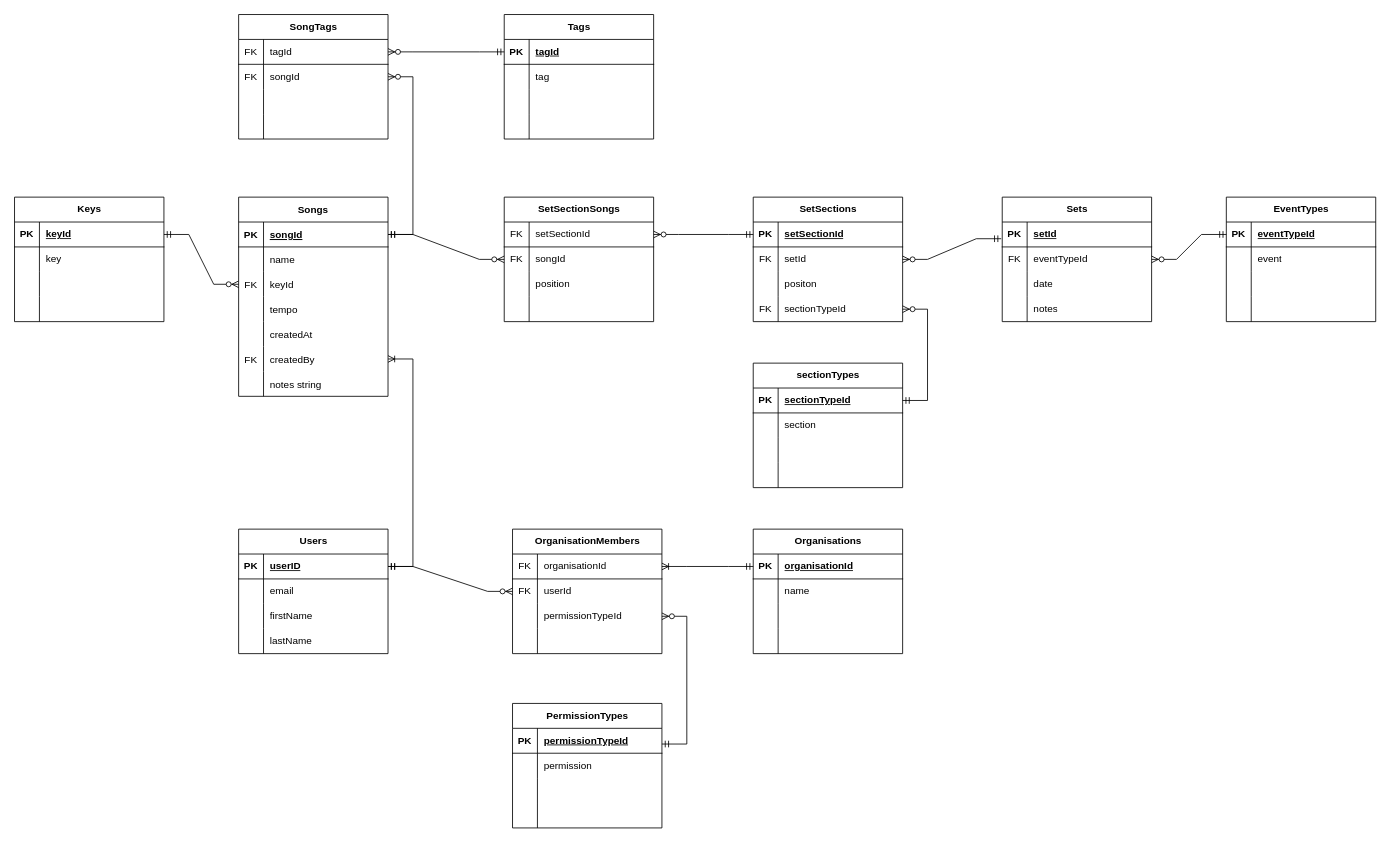
Before: data-relationship-diagram.drawio in justaddcl/sanbi, a draw.io diagram. Source tidied: cells renumbered, new cells numbered last; positions are measured from the earlier drawing's top-left corner, leaving out a move shared by most shapes. Both pictures are drawn from the tidied source at 83%, with x=0, y=0 at pixel (14, 14).
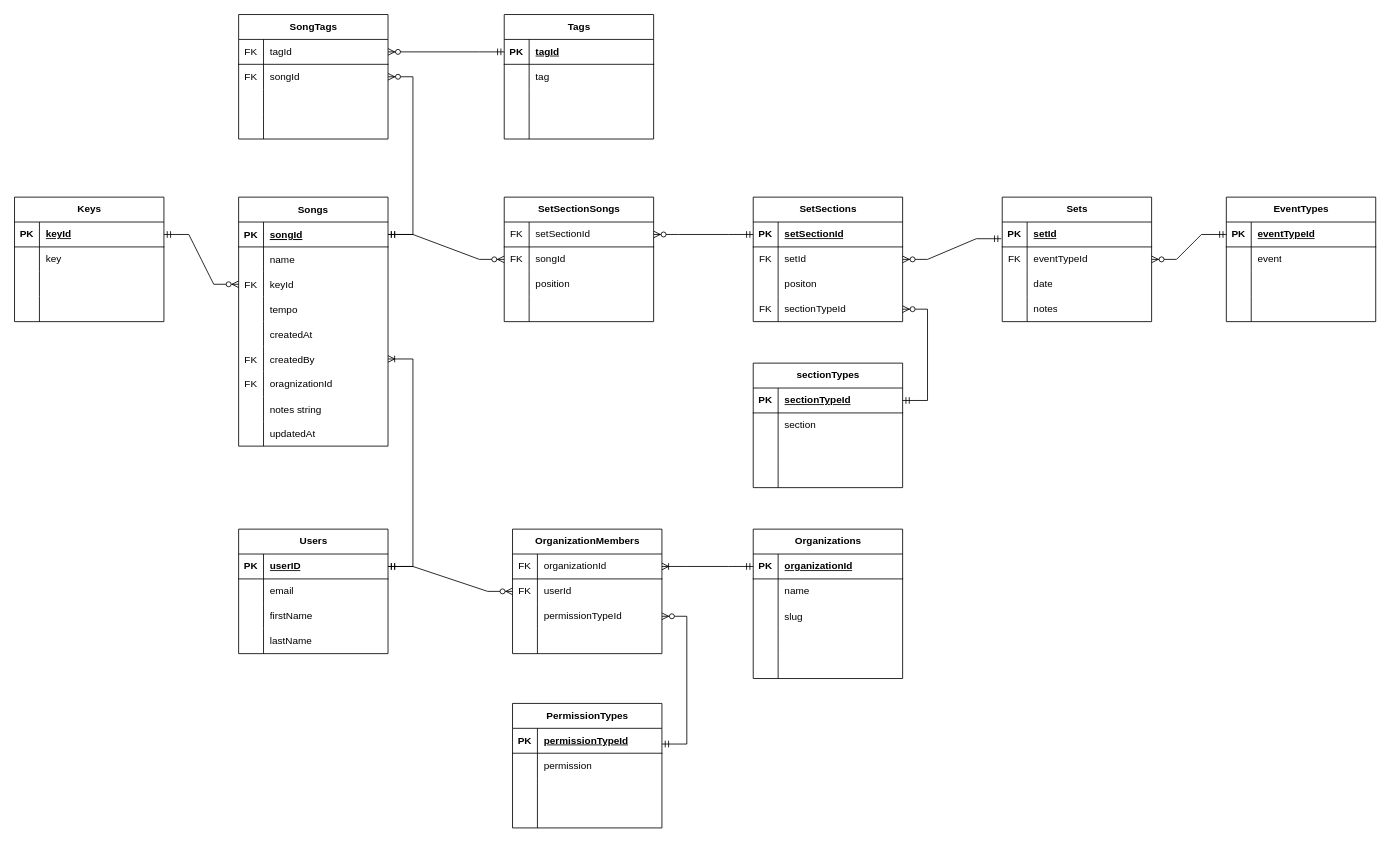
After the change.

Unchanged cells that the change refers to:
```xml
<mxCell id="69" style="shape=tableRow;horizontal=0;startSize=0;swimlaneHead=0;swimlaneBody=0;fillColor=none;points=[[0,0.5],[1,0.5]];portConstraint=eastwest;top=0;left=0;right=0;bottom=1;" parent="68" vertex="1">
  <mxGeometry y="30" width="180" height="30" as="geometry" />
</mxCell>
<mxCell id="82" style="shape=tableRow;horizontal=0;startSize=0;swimlaneHead=0;swimlaneBody=0;fillColor=none;points=[[0,0.5],[1,0.5]];portConstraint=eastwest;top=0;left=0;right=0;bottom=1;" parent="81" vertex="1">
  <mxGeometry y="30" width="180" height="30" as="geometry" />
</mxCell>
```

Diff of the diagram source:
```diff
@@
     <mxCell id="2" value="Songs" style="shape=table;startSize=30;childLayout=tableLayout;rowLines=0;fontStyle=1;align=center;shadow=0;swimlaneLine=1;rounded=0;swimlaneFillColor=default;" parent="1" vertex="1">
-      <mxGeometry x="270" y="220" width="180" height="240" as="geometry" />
+      <mxGeometry x="270" y="220" width="180" height="300" as="geometry" />
     </mxCell>
@@
+    <mxCell id="194" style="shape=tableRow;horizontal=0;startSize=0;swimlaneHead=0;swimlaneBody=0;fillColor=none;top=0;left=0;right=0;bottom=0;" parent="2" vertex="1">
+      <mxGeometry y="210" width="180" height="30" as="geometry" />
+    </mxCell>
+    <mxCell id="195" value="FK" style="shape=partialRectangle;fillColor=none;top=0;left=0;bottom=0;right=0;fontStyle=0;overflow=hidden;whiteSpace=wrap;html=1;" parent="194" vertex="1">
+      <mxGeometry width="30" height="30" as="geometry" />
+    </mxCell>
+    <mxCell id="196" value="oragnizationId" style="shape=partialRectangle;fillColor=none;top=0;left=0;bottom=0;right=0;align=left;spacingLeft=6;fontStyle=0;overflow=hidden;whiteSpace=wrap;html=1;" parent="194" vertex="1">
+      <mxGeometry x="30" width="150" height="30" as="geometry" />
+    </mxCell>
     <mxCell id="21" style="shape=tableRow;horizontal=0;startSize=0;swimlaneHead=0;swimlaneBody=0;fillColor=none;top=0;left=0;right=0;bottom=0;" parent="2" vertex="1">
-      <mxGeometry y="210" width="180" height="30" as="geometry" />
+      <mxGeometry y="240" width="180" height="30" as="geometry" />
     </mxCell>
@@
+    <mxCell id="197" style="shape=tableRow;horizontal=0;startSize=0;swimlaneHead=0;swimlaneBody=0;fillColor=none;top=0;left=0;right=0;bottom=0;" parent="2" vertex="1">
+      <mxGeometry y="270" width="180" height="30" as="geometry" />
+    </mxCell>
+    <mxCell id="198" style="shape=partialRectangle;fillColor=none;top=0;left=0;bottom=0;right=0;overflow=hidden;" parent="197" vertex="1">
+      <mxGeometry width="30" height="30" as="geometry" />
+    </mxCell>
+    <mxCell id="199" value="updatedAt" style="shape=partialRectangle;fillColor=none;top=0;left=0;bottom=0;right=0;align=left;spacingLeft=6;overflow=hidden;" parent="197" vertex="1">
+      <mxGeometry x="30" width="150" height="30" as="geometry" />
+    </mxCell>
@@
-    <mxCell id="68" value="Organisations" style="shape=table;startSize=30;childLayout=tableLayout;rowLines=0;fontStyle=1;align=center;html=1;" parent="1" vertex="1">
-      <mxGeometry x="890" y="620" width="180" height="150" as="geometry" />
+    <mxCell id="68" value="Organizations" style="shape=table;startSize=30;childLayout=tableLayout;rowLines=0;fontStyle=1;align=center;html=1;" parent="1" vertex="1">
+      <mxGeometry x="890" y="620" width="180" height="180" as="geometry" />
     </mxCell>
@@
-    <mxCell id="71" value="organisationId" style="shape=partialRectangle;fillColor=none;top=0;left=0;bottom=0;right=0;align=left;spacingLeft=6;fontStyle=5;overflow=hidden;whiteSpace=wrap;html=1;" parent="69" vertex="1">
+    <mxCell id="71" value="organizationId" style="shape=partialRectangle;fillColor=none;top=0;left=0;bottom=0;right=0;align=left;spacingLeft=6;fontStyle=5;overflow=hidden;whiteSpace=wrap;html=1;" parent="69" vertex="1">
       <mxGeometry x="30" width="150" height="30" as="geometry" />
     </mxCell>
@@
+    <mxCell id="200" style="shape=tableRow;horizontal=0;startSize=0;swimlaneHead=0;swimlaneBody=0;fillColor=none;top=0;left=0;right=0;bottom=0;" parent="68" vertex="1">
+      <mxGeometry y="90" width="180" height="30" as="geometry" />
+    </mxCell>
+    <mxCell id="201" style="shape=partialRectangle;fillColor=none;top=0;left=0;bottom=0;right=0;overflow=hidden;" parent="200" vertex="1">
+      <mxGeometry width="30" height="30" as="geometry" />
+    </mxCell>
+    <mxCell id="202" value="slug" style="shape=partialRectangle;fillColor=none;top=0;left=0;bottom=0;right=0;align=left;spacingLeft=6;overflow=hidden;" parent="200" vertex="1">
+      <mxGeometry x="30" width="150" height="30" as="geometry" />
+    </mxCell>
     <mxCell id="75" style="shape=tableRow;horizontal=0;startSize=0;swimlaneHead=0;swimlaneBody=0;fillColor=none;top=0;left=0;right=0;bottom=0;" parent="68" vertex="1">
-      <mxGeometry y="90" width="180" height="30" as="geometry" />
+      <mxGeometry y="120" width="180" height="30" as="geometry" />
     </mxCell>
@@
     <mxCell id="78" style="shape=tableRow;horizontal=0;startSize=0;swimlaneHead=0;swimlaneBody=0;fillColor=none;top=0;left=0;right=0;bottom=0;" parent="68" vertex="1">
-      <mxGeometry y="120" width="180" height="30" as="geometry" />
+      <mxGeometry y="150" width="180" height="30" as="geometry" />
     </mxCell>
@@
-    <mxCell id="81" value="OrganisationMembers" style="shape=table;startSize=30;childLayout=tableLayout;rowLines=0;fontStyle=1;align=center;html=1;" parent="1" vertex="1">
+    <mxCell id="81" value="OrganizationMembers" style="shape=table;startSize=30;childLayout=tableLayout;rowLines=0;fontStyle=1;align=center;html=1;" parent="1" vertex="1">
       <mxGeometry x="600" y="620" width="180" height="150" as="geometry" />
     </mxCell>
@@
-    <mxCell id="84" value="&lt;span style=&quot;font-weight: normal;&quot;&gt;organisationId&lt;/span&gt;" style="shape=partialRectangle;fillColor=none;top=0;left=0;bottom=0;right=0;align=left;spacingLeft=6;fontStyle=1;overflow=hidden;whiteSpace=wrap;html=1;" parent="82" vertex="1">
+    <mxCell id="84" value="&lt;span style=&quot;font-weight: normal;&quot;&gt;organizationId&lt;/span&gt;" style="shape=partialRectangle;fillColor=none;top=0;left=0;bottom=0;right=0;align=left;spacingLeft=6;fontStyle=1;overflow=hidden;whiteSpace=wrap;html=1;" parent="82" vertex="1">
       <mxGeometry x="30" width="150" height="30" as="geometry" />
     </mxCell>
```
